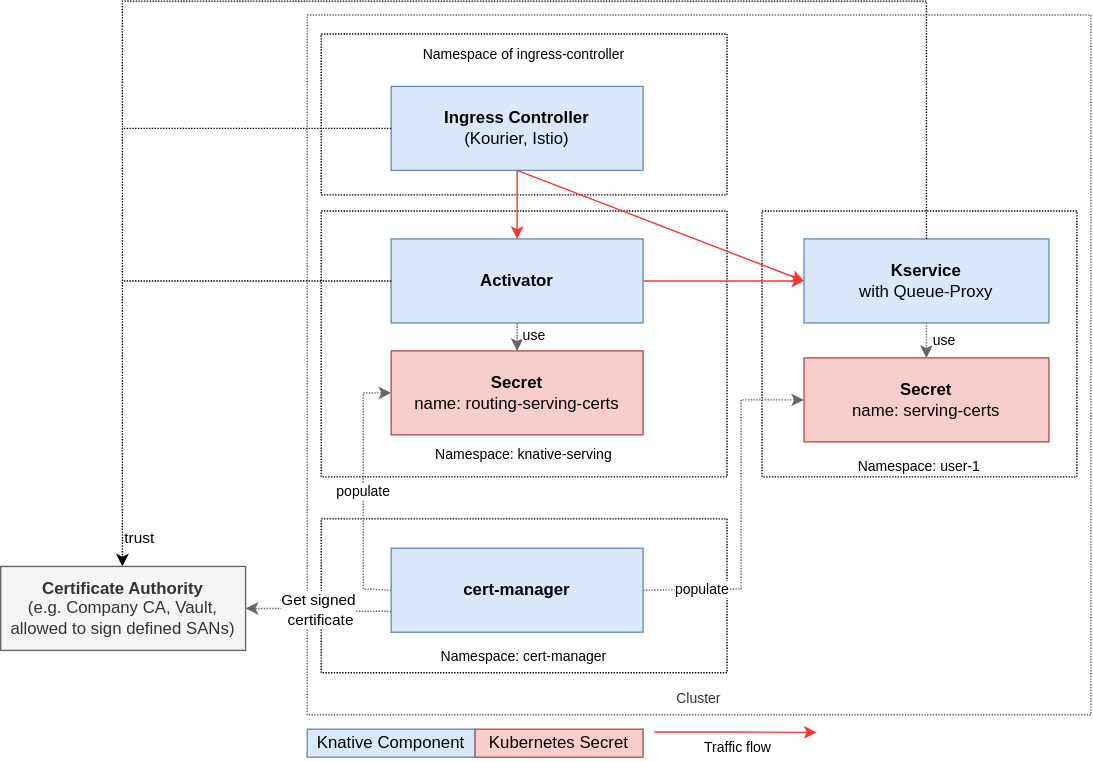
The draw.io diagram modules/serverless/assets/images/serving-encryption/encryption-system-internal.drawio.svg in openshift-knative/docs, before a commit. Source tidied: cells renumbered, new cells last; positions are measured from the earlier drawing's top-left corner, leaving out a move shared by most shapes.
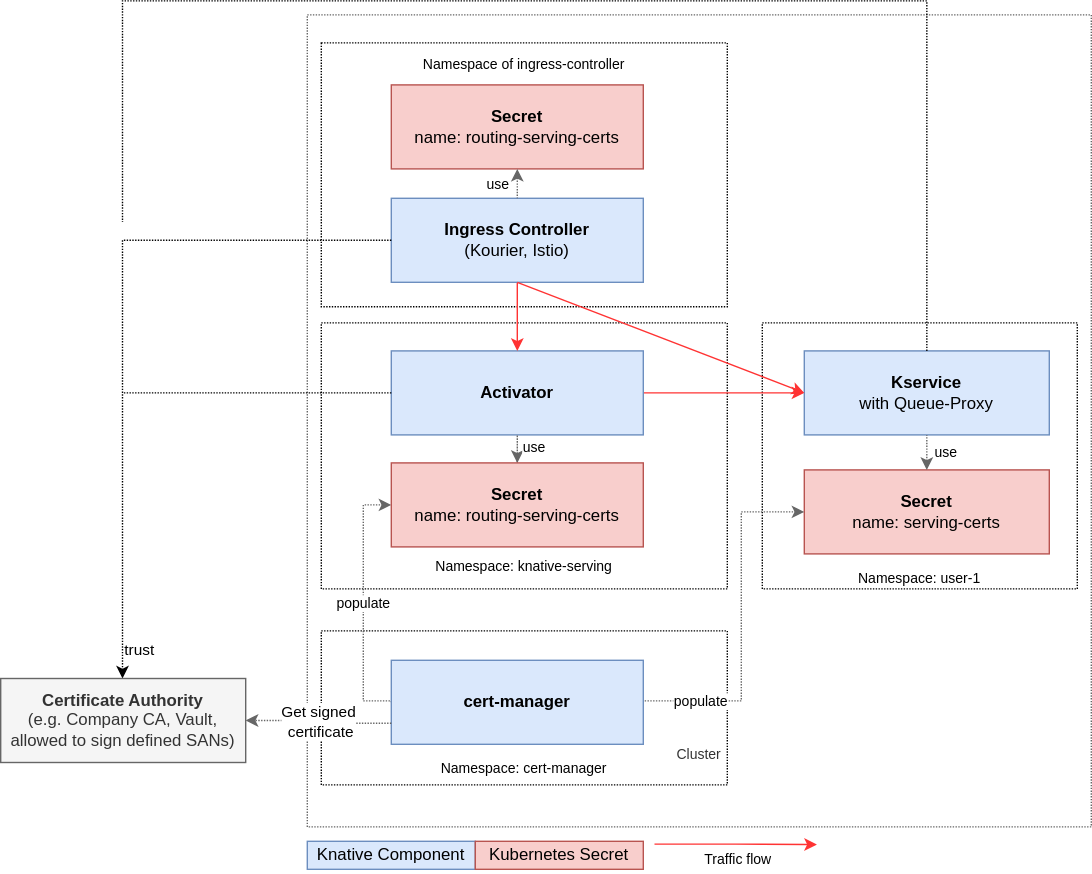
The same diagram one commit later.

Commit message:
Review improvements

What changed in the source:
```diff
@@ -3,13 +3,13 @@
     <mxCell id="0" />
     <mxCell id="1" parent="0" />
     <mxCell id="2" value="&lt;br&gt;&lt;br&gt;&lt;br&gt;&lt;br&gt;&lt;br&gt;&lt;br&gt;&lt;br&gt;&lt;br&gt;&lt;br&gt;&lt;br&gt;&lt;br&gt;&lt;br&gt;&lt;br&gt;&lt;br&gt;&lt;br&gt;&lt;br&gt;&lt;br&gt;&lt;br&gt;&lt;br&gt;&lt;br&gt;&lt;br&gt;&lt;br&gt;&lt;br&gt;&lt;br&gt;&lt;br&gt;&lt;br&gt;&lt;br&gt;&lt;br&gt;&lt;br&gt;&lt;br&gt;&lt;br&gt;&lt;br&gt;&lt;br&gt;&lt;font style=&quot;font-size: 10px;&quot;&gt;Cluster&lt;/font&gt;" style="rounded=0;whiteSpace=wrap;html=1;fillColor=none;fontColor=#333333;strokeColor=#666666;dashed=1;dashPattern=1 1;" parent="1" vertex="1">
-      <mxGeometry x="219" y="10" width="560" height="500" as="geometry" />
+      <mxGeometry x="219" y="-70" width="560" height="580" as="geometry" />
     </mxCell>
     <mxCell id="3" value="&lt;br&gt;&lt;br&gt;&lt;br&gt;&lt;br&gt;&lt;br&gt;&lt;br&gt;&lt;font style=&quot;font-size: 10px;&quot;&gt;Namespace: cert-manager&lt;/font&gt;" style="rounded=0;whiteSpace=wrap;html=1;fillColor=none;dashed=1;dashPattern=1 1;" parent="1" vertex="1">
       <mxGeometry x="229" y="370" width="290" height="110" as="geometry" />
     </mxCell>
-    <mxCell id="4" value="&lt;font style=&quot;font-size: 10px;&quot;&gt;Namespace of ingress-controller&lt;br&gt;&lt;br&gt;&lt;br&gt;&lt;br&gt;&lt;br&gt;&lt;br&gt;&lt;br&gt;&lt;/font&gt;" style="rounded=0;whiteSpace=wrap;html=1;fillColor=none;dashed=1;dashPattern=1 1;" parent="1" vertex="1">
-      <mxGeometry x="229" y="23.5" width="290" height="115" as="geometry" />
+    <mxCell id="4" value="&lt;font style=&quot;font-size: 10px;&quot;&gt;Namespace of ingress-controller&lt;br&gt;&lt;br&gt;&lt;br&gt;&lt;br&gt;&lt;br&gt;&lt;br&gt;&lt;br&gt;&lt;br&gt;&lt;br&gt;&lt;br&gt;&lt;br&gt;&lt;br&gt;&lt;/font&gt;" style="rounded=0;whiteSpace=wrap;html=1;fillColor=none;dashed=1;dashPattern=1 1;" parent="1" vertex="1">
+      <mxGeometry x="229" y="-50" width="290" height="188.5" as="geometry" />
     </mxCell>
     <mxCell id="5" value="&lt;br&gt;&lt;br&gt;&lt;br&gt;&lt;br&gt;&lt;br&gt;&lt;br&gt;&lt;br&gt;&lt;br&gt;&lt;br&gt;&lt;br&gt;&lt;br&gt;&lt;br&gt;&lt;font style=&quot;font-size: 10px;&quot;&gt;Namespace: user-1&lt;/font&gt;" style="rounded=0;whiteSpace=wrap;html=1;fillColor=none;dashed=1;dashPattern=1 1;" parent="1" vertex="1">
       <mxGeometry x="544" y="150" width="225" height="190" as="geometry" />
@@ -48,7 +48,7 @@
       <mxGeometry x="574" y="255" width="175" height="60" as="geometry" />
     </mxCell>
     <mxCell id="15" value="use" style="edgeStyle=orthogonalEdgeStyle;rounded=0;jettySize=auto;html=1;dashed=1;dashPattern=1 1;fontSize=10;fillColor=#f5f5f5;strokeColor=#666666;startArrow=classic;startFill=1;endArrow=none;endFill=0;" parent="1" edge="1" source="16" target="8">
-      <mxGeometry x="-0.04" y="12" relative="1" as="geometry" />
+      <mxGeometry x="0.71" y="-12" relative="1" as="geometry" />
     </mxCell>
     <mxCell id="16" value="&lt;b&gt;Secret&lt;/b&gt;&lt;br&gt;name: routing-serving-certs" style="rounded=0;whiteSpace=wrap;html=1;fillColor=#f8cecc;strokeColor=#b85450;" parent="1" vertex="1">
       <mxGeometry x="279" y="250" width="180" height="60" as="geometry" />
@@ -89,9 +89,8 @@
       <mxGeometry relative="1" as="geometry">
         <mxPoint x="87" y="78" as="targetPoint" />
         <Array as="points">
-          <mxPoint x="662" />
-          <mxPoint x="87" />
-          <mxPoint x="87" y="90" />
+          <mxPoint x="662" y="-80" />
+          <mxPoint x="87" y="-80" />
         </Array>
       </mxGeometry>
     </mxCell>
@@ -123,5 +122,11 @@
     <mxCell id="28" value="Get signed&lt;br&gt;&amp;nbsp;certificate" style="edgeStyle=orthogonalEdgeStyle;rounded=0;jettySize=auto;html=1;entryX=1;entryY=0.5;entryDx=0;entryDy=0;startArrow=none;startFill=0;fillColor=#f5f5f5;strokeColor=#666666;dashed=1;dashPattern=1 1;exitX=0;exitY=0.75;exitDx=0;exitDy=0;" parent="1" edge="1" source="26" target="27">
       <mxGeometry relative="1" as="geometry" />
     </mxCell>
+    <mxCell id="29" value="&lt;b&gt;Secret&lt;/b&gt;&lt;br&gt;name: routing-serving-certs" style="rounded=0;whiteSpace=wrap;html=1;fillColor=#f8cecc;strokeColor=#b85450;" parent="1" vertex="1">
+      <mxGeometry x="279" y="-20" width="180" height="60" as="geometry" />
+    </mxCell>
+    <mxCell id="30" value="use" style="edgeStyle=orthogonalEdgeStyle;rounded=0;jettySize=auto;html=1;dashed=1;dashPattern=1 1;fontSize=10;fillColor=#f5f5f5;strokeColor=#666666;startArrow=classic;startFill=1;endArrow=none;endFill=0;entryX=0.5;entryY=0;entryDx=0;entryDy=0;exitX=0.5;exitY=1;exitDx=0;exitDy=0;" parent="1" edge="1" source="29" target="11">
+      <mxGeometry x="0.05" y="-14" relative="1" as="geometry" />
+    </mxCell>
   </root>
 </mxGraphModel>
```
